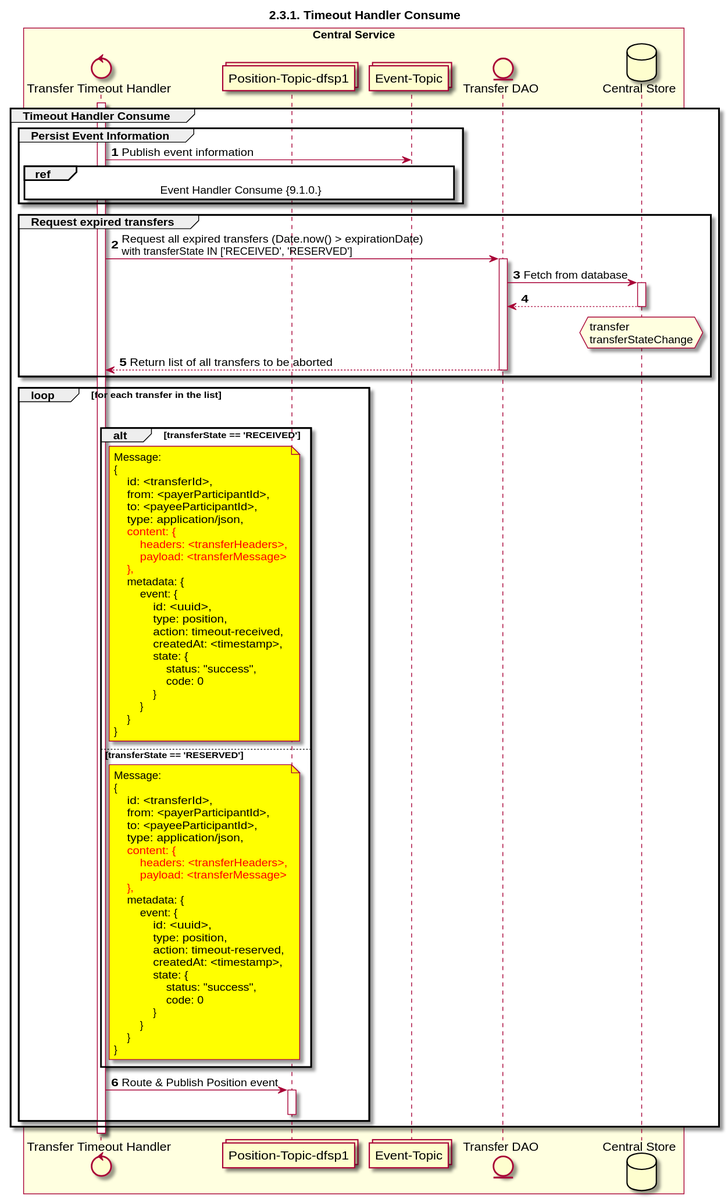
Above: CentralServices/seq_diagrams/seq-timeout-2.3.1.svg in ggrg/docs (PlantUML), before the change.
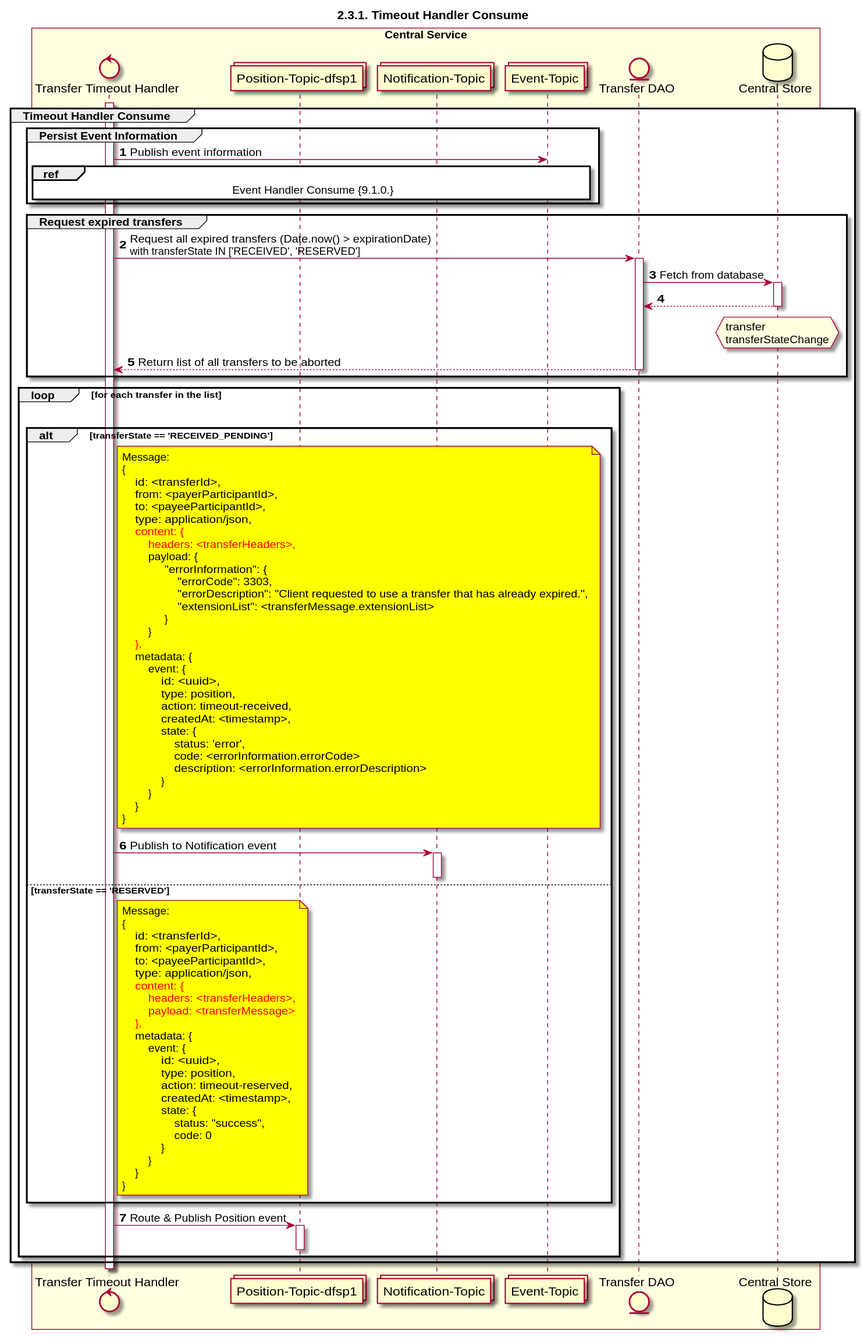
The same diagram one commit later.

Change to the diagram source:
```diff
@@ -6,6 +6,7 @@
 
 control "Transfer Timeout Handler" as EXP_HANDLER
 collections "Position-Topic-dfsp1" as TOPIC_POSITION_DFSP1
+collections "Notification-Topic" as TOPIC_NOTIFICATIONS
 collections "Event-Topic" as TOPIC_EVENT
 entity "Transfer DAO" as TRANS_DAO
 database "Central Store" as DB
@@ -13,6 +14,7 @@
 box "Central Service" #LightYellow
     participant EXP_HANDLER
     participant TOPIC_POSITION_DFSP1
+    participant TOPIC_NOTIFICATIONS
     participant TOPIC_EVENT
     participant TRANS_DAO
     participant DB
@@ -42,7 +44,7 @@
 
     loop for each transfer in the list
         |||
-        alt transferState == 'RECEIVED'
+        alt transferState == 'RECEIVED_PENDING'
             note right of EXP_HANDLER #yellow
                 Message:
                 {
@@ -52,7 +54,13 @@
                     type: application/json,
                     <color #FF0000>content: {</color>
                         <color #FF0000>headers: <transferHeaders>,</color>
-                        <color #FF0000>payload: <transferMessage></color>
+                        payload: {
+                             "errorInformation": {
+                                 "errorCode": 3303,
+                                 "errorDescription": "Client requested to use a transfer that has already expired.",
+                                 "extensionList": <transferMessage.extensionList>
+                             }
+                        }
                     <color #FF0000>},</color>
                     metadata: {
                         event: {
@@ -61,13 +69,17 @@
                             action: timeout-received,
                             createdAt: <timestamp>,
                             state: {
-                                status: "success",
-                                code: 0
+                                status: 'error',
+                                code: <errorInformation.errorCode>
+                                description: <errorInformation.errorDescription>
                             }
                         }
                     }
                 }
             end note
+            EXP_HANDLER -> TOPIC_NOTIFICATIONS: Publish to Notification event
+            activate TOPIC_NOTIFICATIONS
+            deactivate TOPIC_NOTIFICATIONS
         else transferState == 'RESERVED'
             note right of EXP_HANDLER #yellow
                 Message:
```
